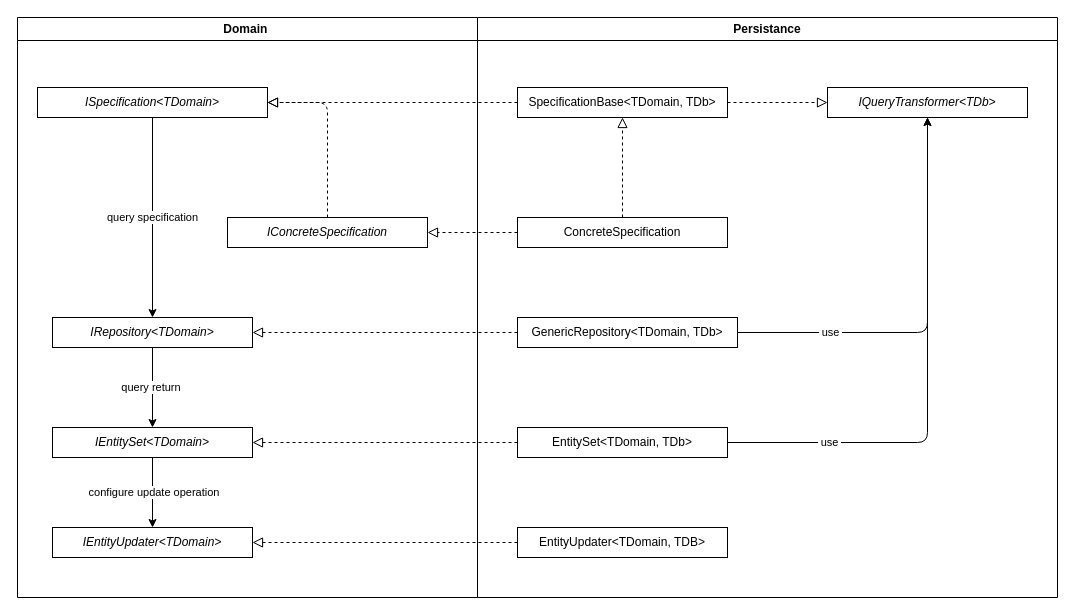
This is docs/entitiesSetter.dio from sk0va/sk0va.Repository, a draw.io file, before an edit. Source tidied: cells renumbered, new cells numbered last; positions are measured from the earlier drawing's top-left corner, leaving out a move shared by most shapes. Both pictures are drawn from the tidied source at 100%, with x=0, y=0 at pixel (17, 17).
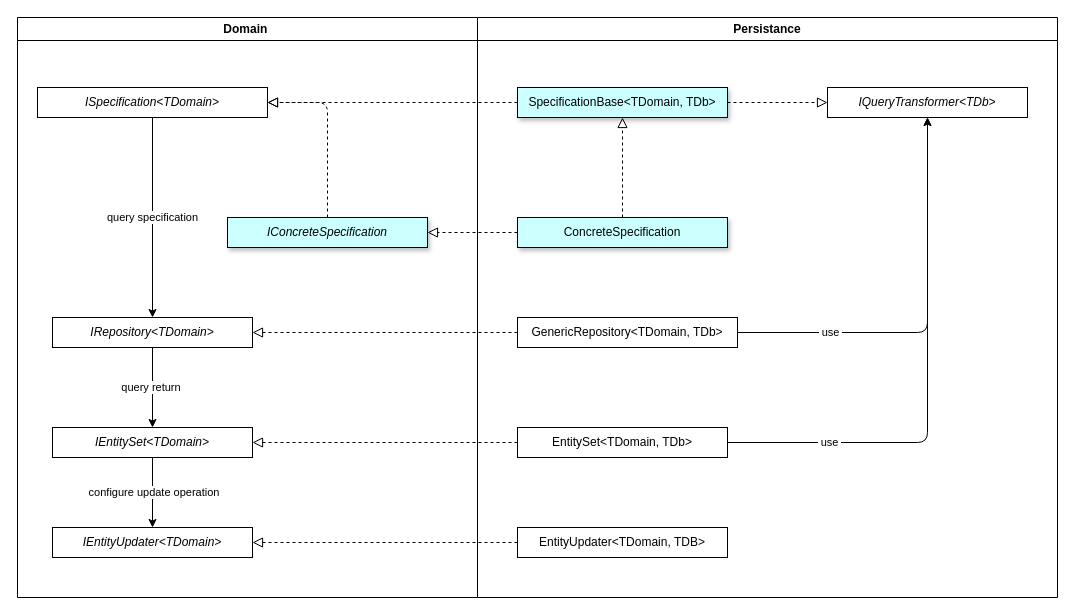
The same page after the edit.

The change refers to these unchanged cells:
```xml
<mxCell id="8" value="Domain&amp;nbsp;" style="swimlane;whiteSpace=wrap;html=1;" parent="1" vertex="1">
  <mxGeometry width="460" height="580" as="geometry" />
</mxCell>
<mxCell id="15" value="Persistance" style="swimlane;whiteSpace=wrap;html=1;" parent="1" vertex="1">
  <mxGeometry x="460" width="580" height="580" as="geometry" />
</mxCell>
```

Change to the diagram source:
```diff
@@
-    <mxCell id="14" value="IConcreteSpecification" style="rounded=0;whiteSpace=wrap;html=1;glass=0;shadow=0;fontStyle=2;" parent="8" vertex="1">
+    <mxCell id="14" value="IConcreteSpecification" style="rounded=0;whiteSpace=wrap;html=1;glass=0;shadow=1;fontStyle=2;fillColor=#CCFFFF;" parent="8" vertex="1">
       <mxGeometry x="210" y="200" width="200" height="30" as="geometry" />
     </mxCell>
@@
-    <mxCell id="17" value="ConcreteSpecification" style="rounded=0;whiteSpace=wrap;html=1;" parent="15" vertex="1">
+    <mxCell id="17" value="ConcreteSpecification" style="rounded=0;whiteSpace=wrap;html=1;shadow=1;fillColor=#CCFFFF;" parent="15" vertex="1">
       <mxGeometry x="40" y="200" width="210" height="30" as="geometry" />
     </mxCell>
@@
-    <mxCell id="24" value="SpecificationBase&amp;lt;TDomain, TDb&amp;gt;" style="rounded=0;whiteSpace=wrap;html=1;shadow=0;glass=0;" parent="15" vertex="1">
+    <mxCell id="24" value="SpecificationBase&amp;lt;TDomain, TDb&amp;gt;" style="rounded=0;whiteSpace=wrap;html=1;shadow=1;glass=0;fillColor=#CCFFFF;" parent="15" vertex="1">
       <mxGeometry x="40" y="70" width="210" height="30" as="geometry" />
     </mxCell>
```
